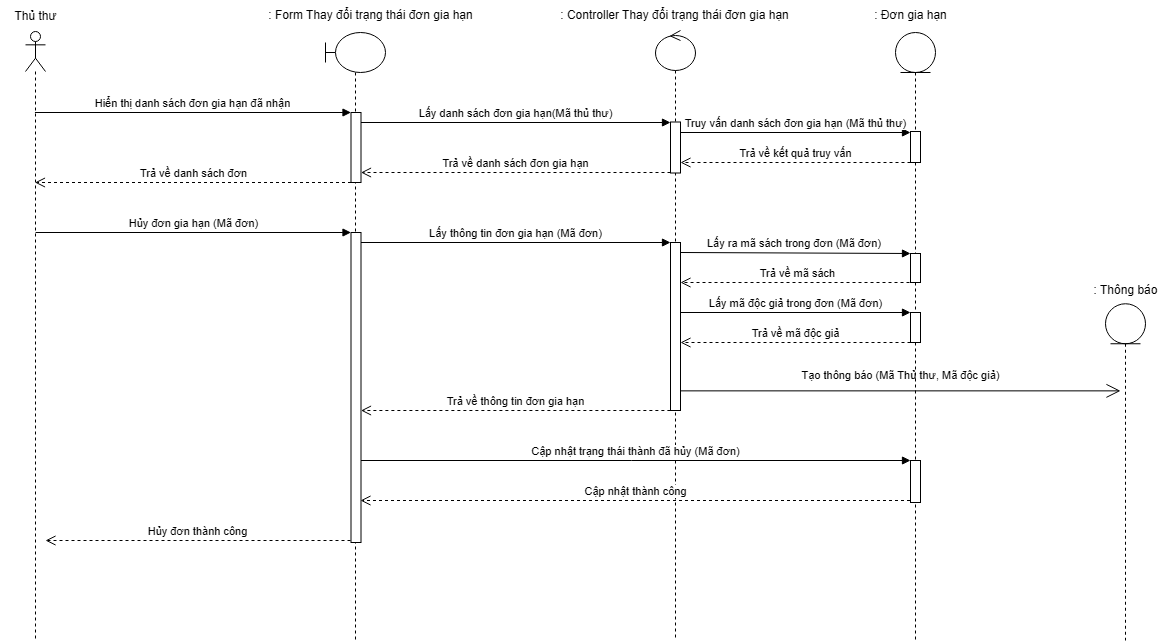
Earlier version of the draw.io export Sequence Diagram/UC Gia hạn sách/Actor thủ thư - Hủy đơn gia hạn.drawio.png (kimcuongdev/LibrarySystemAD). Source tidied: cells renumbered, new cells last; positions are measured from the earlier drawing's top-left corner, leaving out a move shared by most shapes. The source it was exported from:
```xml
<mxGraphModel>
  <root>
    <mxCell id="0" />
    <mxCell id="1" parent="0" />
    <mxCell id="2" style="shape=umlLifeline;perimeter=lifelinePerimeter;whiteSpace=wrap;html=1;outlineConnect=0;portConstraint=eastwest;newEdgeStyle={&quot;curved&quot;:0,&quot;rounded&quot;:0};participant=umlActor;" parent="1" vertex="1">
      <mxGeometry x="25" y="31" width="20" height="609" as="geometry" />
    </mxCell>
    <mxCell id="3" style="shape=umlLifeline;perimeter=lifelinePerimeter;whiteSpace=wrap;html=1;outlineConnect=0;portConstraint=eastwest;newEdgeStyle={&quot;curved&quot;:0,&quot;rounded&quot;:0};participant=umlBoundary;" parent="1" vertex="1">
      <mxGeometry x="325" y="32" width="60" height="608" as="geometry" />
    </mxCell>
    <mxCell id="4" style="html=1;perimeter=orthogonalPerimeter;targetShapes=umlLifeline;newEdgeStyle={&quot;curved&quot;:0,&quot;rounded&quot;:0};" parent="3" vertex="1">
      <mxGeometry x="25.5" y="80" width="10" height="70" as="geometry" />
    </mxCell>
    <mxCell id="5" value="Hiển thị danh sách đơn gia hạn đã nhận" style="html=1;verticalAlign=bottom;endArrow=block;curved=0;rounded=0;entryX=0;entryY=0;entryDx=0;entryDy=5;" parent="3" edge="1" source="2">
      <mxGeometry relative="1" as="geometry">
        <mxPoint x="25.5" y="80" as="targetPoint" />
      </mxGeometry>
    </mxCell>
    <mxCell id="6" value="Trả về danh sách đơn" style="html=1;verticalAlign=bottom;endArrow=open;dashed=1;endSize=8;curved=0;rounded=0;exitX=0;exitY=1;exitDx=0;exitDy=-5;" parent="3" edge="1" target="2">
      <mxGeometry relative="1" as="geometry">
        <mxPoint x="25.5" y="150" as="sourcePoint" />
      </mxGeometry>
    </mxCell>
    <mxCell id="7" value="Lấy danh sách đơn gia hạn(Mã thủ thư)" style="html=1;verticalAlign=bottom;endArrow=block;curved=0;rounded=0;" parent="3" edge="1" target="11">
      <mxGeometry relative="1" as="geometry">
        <mxPoint x="35.5" y="90" as="sourcePoint" />
      </mxGeometry>
    </mxCell>
    <mxCell id="8" value="Trả về danh sách đơn gia hạn" style="html=1;verticalAlign=bottom;endArrow=open;dashed=1;endSize=8;curved=0;rounded=0;" parent="3" edge="1" source="11">
      <mxGeometry relative="1" as="geometry">
        <mxPoint x="35.5" y="140" as="targetPoint" />
      </mxGeometry>
    </mxCell>
    <mxCell id="9" style="html=1;points=[[0,0,0,0,5],[0,1,0,0,-5],[1,0,0,0,5],[1,1,0,0,-5]];perimeter=orthogonalPerimeter;outlineConnect=0;targetShapes=umlLifeline;portConstraint=eastwest;newEdgeStyle={&quot;curved&quot;:0,&quot;rounded&quot;:0};" parent="3" vertex="1">
      <mxGeometry x="25.5" y="200" width="10" height="310" as="geometry" />
    </mxCell>
    <mxCell id="10" style="shape=umlLifeline;perimeter=lifelinePerimeter;whiteSpace=wrap;html=1;newEdgeStyle={&quot;curved&quot;:0,&quot;rounded&quot;:0};participant=umlControl;" parent="1" vertex="1">
      <mxGeometry x="655" y="30" width="40" height="610" as="geometry" />
    </mxCell>
    <mxCell id="11" style="html=1;points=[[0,0,0,0,5],[0,1,0,0,-5],[1,0,0,0,5],[1,1,0,0,-5]];perimeter=orthogonalPerimeter;outlineConnect=0;targetShapes=umlLifeline;portConstraint=eastwest;newEdgeStyle={&quot;curved&quot;:0,&quot;rounded&quot;:0};" parent="10" vertex="1">
      <mxGeometry x="15" y="91.5" width="10" height="51" as="geometry" />
    </mxCell>
    <mxCell id="12" style="html=1;points=[[0,0,0,0,5],[0,1,0,0,-5],[1,0,0,0,5],[1,1,0,0,-5]];perimeter=orthogonalPerimeter;outlineConnect=0;targetShapes=umlLifeline;portConstraint=eastwest;newEdgeStyle={&quot;curved&quot;:0,&quot;rounded&quot;:0};" parent="10" vertex="1">
      <mxGeometry x="15" y="212" width="10" height="168" as="geometry" />
    </mxCell>
    <mxCell id="13" style="shape=umlLifeline;perimeter=lifelinePerimeter;whiteSpace=wrap;html=1;newEdgeStyle={&quot;curved&quot;:0,&quot;rounded&quot;:0};participant=umlEntity;" parent="1" vertex="1">
      <mxGeometry x="895" y="32" width="40" height="608" as="geometry" />
    </mxCell>
    <mxCell id="14" style="html=1;perimeter=orthogonalPerimeter;targetShapes=umlLifeline;newEdgeStyle={&quot;curved&quot;:0,&quot;rounded&quot;:0};" parent="13" vertex="1">
      <mxGeometry x="15" y="99" width="10" height="31" as="geometry" />
    </mxCell>
    <mxCell id="15" style="html=1;perimeter=orthogonalPerimeter;targetShapes=umlLifeline;newEdgeStyle={&quot;curved&quot;:0,&quot;rounded&quot;:0};" parent="13" vertex="1">
      <mxGeometry x="15" y="280" width="10" height="30" as="geometry" />
    </mxCell>
    <mxCell id="16" value="Lấy mã độc giả trong đơn (Mã đơn)" style="html=1;verticalAlign=bottom;endArrow=block;curved=0;rounded=0;entryX=0;entryY=0;entryDx=0;entryDy=5;" parent="13" edge="1">
      <mxGeometry relative="1" as="geometry">
        <mxPoint x="-215" y="280" as="sourcePoint" />
        <mxPoint x="15" y="280" as="targetPoint" />
      </mxGeometry>
    </mxCell>
    <mxCell id="17" value="Trả về mã độc giả" style="html=1;verticalAlign=bottom;endArrow=open;dashed=1;endSize=8;curved=0;rounded=0;exitX=0;exitY=1;exitDx=0;exitDy=-5;" parent="13" edge="1">
      <mxGeometry relative="1" as="geometry">
        <mxPoint x="15" y="310" as="sourcePoint" />
        <mxPoint x="-215" y="310" as="targetPoint" />
      </mxGeometry>
    </mxCell>
    <mxCell id="18" style="html=1;perimeter=orthogonalPerimeter;targetShapes=umlLifeline;newEdgeStyle={&quot;curved&quot;:0,&quot;rounded&quot;:0};" parent="13" vertex="1">
      <mxGeometry x="15" y="428" width="10" height="42" as="geometry" />
    </mxCell>
    <mxCell id="19" value="Thủ thư" style="text;html=1;align=center;verticalAlign=middle;strokeColor=none;fillColor=none;" parent="1" vertex="1">
      <mxGeometry y="1" width="70" height="30" as="geometry" />
    </mxCell>
    <mxCell id="20" value=": Đơn gia hạn" style="text;html=1;align=center;verticalAlign=middle;strokeColor=none;fillColor=none;" parent="1" vertex="1">
      <mxGeometry x="860" width="100" height="30" as="geometry" />
    </mxCell>
    <mxCell id="21" value=": Controller Thay đổi trạng thái đơn gia hạn" style="text;html=1;align=center;verticalAlign=middle;strokeColor=none;fillColor=none;" parent="1" vertex="1">
      <mxGeometry x="549" width="250" height="30" as="geometry" />
    </mxCell>
    <mxCell id="22" value=": Form Thay đổi trạng thái đơn gia hạn" style="text;html=1;align=center;verticalAlign=middle;strokeColor=none;fillColor=none;" parent="1" vertex="1">
      <mxGeometry x="255" width="230" height="30" as="geometry" />
    </mxCell>
    <mxCell id="23" value="Hủy đơn gia hạn (Mã đơn)" style="html=1;verticalAlign=bottom;endArrow=block;curved=0;rounded=0;" parent="1" edge="1">
      <mxGeometry relative="1" as="geometry">
        <mxPoint x="35.1" y="232" as="sourcePoint" />
        <mxPoint x="350.5" y="232" as="targetPoint" />
      </mxGeometry>
    </mxCell>
    <mxCell id="24" value="Hủy đơn thành công" style="html=1;verticalAlign=bottom;endArrow=open;dashed=1;endSize=8;curved=0;rounded=0;" parent="1" edge="1">
      <mxGeometry relative="1" as="geometry">
        <mxPoint x="350" y="540" as="sourcePoint" />
        <mxPoint x="45" y="540" as="targetPoint" />
      </mxGeometry>
    </mxCell>
    <mxCell id="25" value="Lấy thông tin đơn gia hạn (Mã đơn)" style="html=1;verticalAlign=bottom;endArrow=block;curved=0;rounded=0;" parent="1" edge="1" source="9">
      <mxGeometry relative="1" as="geometry">
        <mxPoint x="670" y="242" as="targetPoint" />
      </mxGeometry>
    </mxCell>
    <mxCell id="26" style="group;" parent="1" vertex="1">
      <mxGeometry x="680" y="252" width="240" height="30" as="geometry" />
    </mxCell>
    <mxCell id="27" style="html=1;points=[[0,0,0,0,5],[0,1,0,0,-5],[1,0,0,0,5],[1,1,0,0,-5]];perimeter=orthogonalPerimeter;outlineConnect=0;targetShapes=umlLifeline;portConstraint=eastwest;newEdgeStyle={&quot;curved&quot;:0,&quot;rounded&quot;:0};" parent="26" vertex="1">
      <mxGeometry x="230" y="1" width="10" height="29" as="geometry" />
    </mxCell>
    <mxCell id="28" value="Lấy ra mã sách trong đơn (Mã đơn)&amp;nbsp;" style="html=1;verticalAlign=bottom;endArrow=block;curved=0;rounded=0;" parent="26" edge="1" target="27">
      <mxGeometry relative="1" as="geometry">
        <mxPoint as="sourcePoint" />
      </mxGeometry>
    </mxCell>
    <mxCell id="29" value="Trả về mã sách" style="html=1;verticalAlign=bottom;endArrow=open;dashed=1;endSize=8;curved=0;rounded=0;exitX=0;exitY=1;exitDx=0;exitDy=-5;" parent="26" edge="1">
      <mxGeometry relative="1" as="geometry">
        <mxPoint x="235" y="30" as="sourcePoint" />
        <mxPoint y="30" as="targetPoint" />
      </mxGeometry>
    </mxCell>
    <mxCell id="30" value="Trả về thông tin đơn gia hạn" style="html=1;verticalAlign=bottom;endArrow=open;dashed=1;endSize=8;curved=0;rounded=0;exitX=-0.011;exitY=1;exitDx=0;exitDy=0;exitPerimeter=0;" parent="1" edge="1" source="12" target="9">
      <mxGeometry relative="1" as="geometry" />
    </mxCell>
    <mxCell id="31" value="Truy vấn danh sách đơn gia hạn (Mã thủ thư)" style="html=1;verticalAlign=bottom;endArrow=block;curved=0;rounded=0;entryX=0;entryY=0;entryDx=0;entryDy=5;" parent="1" edge="1">
      <mxGeometry relative="1" as="geometry">
        <mxPoint x="680" y="132" as="sourcePoint" />
        <mxPoint x="910" y="132" as="targetPoint" />
      </mxGeometry>
    </mxCell>
    <mxCell id="32" value="Trả về kết quả truy vấn" style="html=1;verticalAlign=bottom;endArrow=open;dashed=1;endSize=8;curved=0;rounded=0;exitX=0;exitY=1;exitDx=0;exitDy=-5;" parent="1" edge="1">
      <mxGeometry relative="1" as="geometry">
        <mxPoint x="910" y="162" as="sourcePoint" />
        <mxPoint x="680" y="162" as="targetPoint" />
      </mxGeometry>
    </mxCell>
    <mxCell id="33" value="Cập nhật trạng thái thành đã hủy (Mã đơn)" style="html=1;verticalAlign=bottom;endArrow=block;curved=0;rounded=0;entryX=0;entryY=0;entryDx=0;entryDy=5;" parent="1" edge="1">
      <mxGeometry relative="1" as="geometry">
        <mxPoint x="360.5" y="460" as="sourcePoint" />
        <mxPoint x="910" y="460" as="targetPoint" />
      </mxGeometry>
    </mxCell>
    <mxCell id="34" value="Cập nhật thành công" style="html=1;verticalAlign=bottom;endArrow=open;dashed=1;endSize=8;curved=0;rounded=0;exitX=0;exitY=1;exitDx=0;exitDy=-5;" parent="1" edge="1">
      <mxGeometry relative="1" as="geometry">
        <mxPoint x="909.5" y="500" as="sourcePoint" />
        <mxPoint x="360" y="500" as="targetPoint" />
      </mxGeometry>
    </mxCell>
    <mxCell id="35" style="group;" parent="1" vertex="1">
      <mxGeometry x="1090" y="290" width="80" height="350" as="geometry" />
    </mxCell>
    <mxCell id="36" style="shape=umlLifeline;perimeter=lifelinePerimeter;whiteSpace=wrap;html=1;newEdgeStyle={&quot;curved&quot;:0,&quot;rounded&quot;:0};participant=umlEntity;" parent="35" vertex="1">
      <mxGeometry x="15" y="13.3" width="40" height="336.7" as="geometry" />
    </mxCell>
    <mxCell id="37" value=": Thông báo" style="text;html=1;align=center;verticalAlign=middle;strokeColor=none;fillColor=none;" parent="35" vertex="1">
      <mxGeometry x="-10" y="-15" width="90" height="30" as="geometry" />
    </mxCell>
    <mxCell id="38" style="group;" parent="1" vertex="1">
      <mxGeometry x="680" y="360" width="440" height="30.4" as="geometry" />
    </mxCell>
    <mxCell id="39" style="endArrow=open;endFill=1;endSize=12;html=1;rounded=0;" parent="38" edge="1">
      <mxGeometry relative="1" as="geometry">
        <mxPoint y="30.4" as="sourcePoint" />
        <mxPoint x="440" y="30.4" as="targetPoint" />
      </mxGeometry>
    </mxCell>
    <mxCell id="40" value="&lt;font style=&quot;font-size: 11px;&quot;&gt;Tạo thông báo (Mã Thủ thư, Mã độc giả)&lt;/font&gt;" style="text;html=1;align=center;verticalAlign=middle;strokeColor=none;fillColor=none;" parent="38" vertex="1">
      <mxGeometry x="110" width="220" height="30" as="geometry" />
    </mxCell>
  </root>
</mxGraphModel>
```
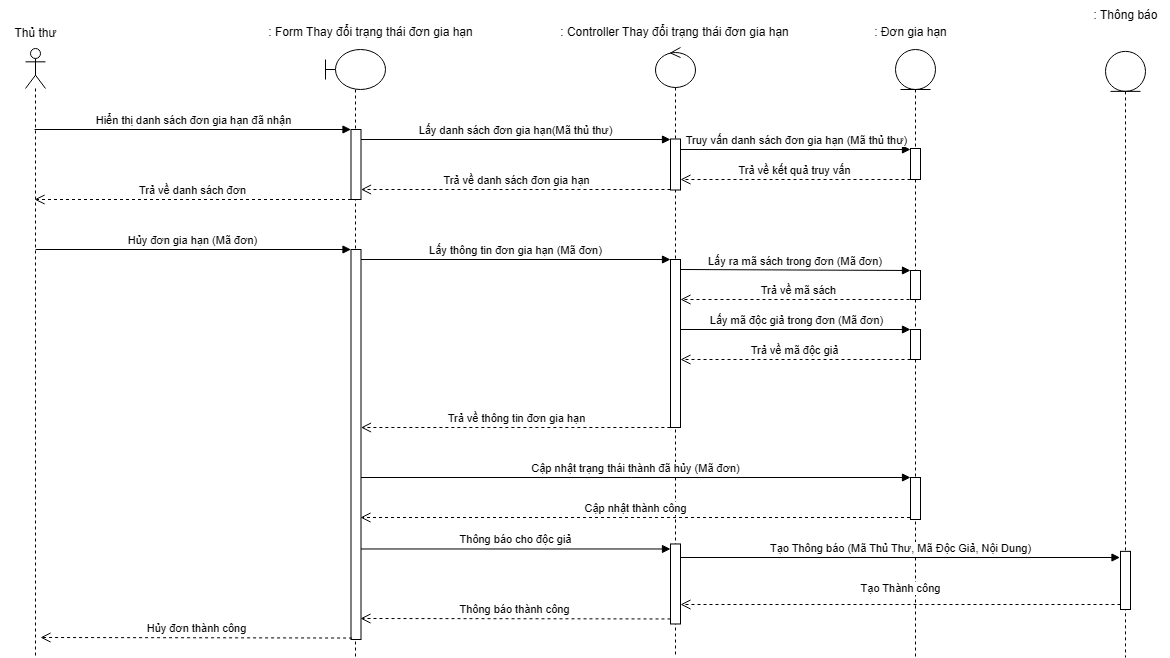
After the change.

Change to the diagram source:
```diff
@@ -32,7 +32,7 @@
       </mxGeometry>
     </mxCell>
     <mxCell id="9" style="html=1;points=[[0,0,0,0,5],[0,1,0,0,-5],[1,0,0,0,5],[1,1,0,0,-5]];perimeter=orthogonalPerimeter;outlineConnect=0;targetShapes=umlLifeline;portConstraint=eastwest;newEdgeStyle={&quot;curved&quot;:0,&quot;rounded&quot;:0};" parent="3" vertex="1">
-      <mxGeometry x="25.5" y="200" width="10" height="310" as="geometry" />
+      <mxGeometry x="25.5" y="200" width="10" height="390" as="geometry" />
     </mxCell>
     <mxCell id="10" style="shape=umlLifeline;perimeter=lifelinePerimeter;whiteSpace=wrap;html=1;newEdgeStyle={&quot;curved&quot;:0,&quot;rounded&quot;:0};participant=umlControl;" parent="1" vertex="1">
       <mxGeometry x="655" y="30" width="40" height="610" as="geometry" />
@@ -43,6 +43,12 @@
     <mxCell id="12" style="html=1;points=[[0,0,0,0,5],[0,1,0,0,-5],[1,0,0,0,5],[1,1,0,0,-5]];perimeter=orthogonalPerimeter;outlineConnect=0;targetShapes=umlLifeline;portConstraint=eastwest;newEdgeStyle={&quot;curved&quot;:0,&quot;rounded&quot;:0};" parent="10" vertex="1">
       <mxGeometry x="15" y="212" width="10" height="168" as="geometry" />
     </mxCell>
+    <mxCell id="41" style="html=1;points=[[0,0,0,0,5],[0,1,0,0,-5],[1,0,0,0,5],[1,1,0,0,-5]];perimeter=orthogonalPerimeter;outlineConnect=0;targetShapes=umlLifeline;portConstraint=eastwest;newEdgeStyle={&quot;curved&quot;:0,&quot;rounded&quot;:0};" parent="10" vertex="1">
+      <mxGeometry x="15" y="500" width="10" height="72.9" as="geometry" />
+    </mxCell>
+    <mxCell id="42" style="html=1;points=[[0,0,0,0,5],[0,1,0,0,-5],[1,0,0,0,5],[1,1,0,0,-5]];perimeter=orthogonalPerimeter;outlineConnect=0;targetShapes=umlLifeline;portConstraint=eastwest;newEdgeStyle={&quot;curved&quot;:0,&quot;rounded&quot;:0};" parent="10" vertex="1">
+      <mxGeometry x="15" y="496.5" width="10" height="80" as="geometry" />
+    </mxCell>
     <mxCell id="13" style="shape=umlLifeline;perimeter=lifelinePerimeter;whiteSpace=wrap;html=1;newEdgeStyle={&quot;curved&quot;:0,&quot;rounded&quot;:0};participant=umlEntity;" parent="1" vertex="1">
       <mxGeometry x="895" y="32" width="40" height="608" as="geometry" />
     </mxCell>
@@ -85,10 +91,9 @@
         <mxPoint x="350.5" y="232" as="targetPoint" />
       </mxGeometry>
     </mxCell>
-    <mxCell id="24" value="Hủy đơn thành công" style="html=1;verticalAlign=bottom;endArrow=open;dashed=1;endSize=8;curved=0;rounded=0;" parent="1" edge="1">
+    <mxCell id="24" value="Hủy đơn thành công" style="html=1;verticalAlign=bottom;endArrow=open;dashed=1;endSize=8;curved=0;rounded=0;exitX=0.443;exitY=0.968;exitDx=0;exitDy=0;exitPerimeter=0;" parent="1" edge="1" source="3">
       <mxGeometry relative="1" as="geometry">
-        <mxPoint x="350" y="540" as="sourcePoint" />
-        <mxPoint x="45" y="540" as="targetPoint" />
+        <mxPoint x="40" y="620" as="targetPoint" />
       </mxGeometry>
     </mxCell>
     <mxCell id="25" value="Lấy thông tin đơn gia hạn (Mã đơn)" style="html=1;verticalAlign=bottom;endArrow=block;curved=0;rounded=0;" parent="1" edge="1" source="9">
@@ -141,25 +146,32 @@
       </mxGeometry>
     </mxCell>
     <mxCell id="35" style="group;" parent="1" vertex="1">
-      <mxGeometry x="1090" y="290" width="80" height="350" as="geometry" />
+      <mxGeometry x="1090" y="10" width="80" height="630" as="geometry" />
     </mxCell>
     <mxCell id="36" style="shape=umlLifeline;perimeter=lifelinePerimeter;whiteSpace=wrap;html=1;newEdgeStyle={&quot;curved&quot;:0,&quot;rounded&quot;:0};participant=umlEntity;" parent="35" vertex="1">
-      <mxGeometry x="15" y="13.3" width="40" height="336.7" as="geometry" />
+      <mxGeometry x="15" y="23.9" width="40" height="606.1" as="geometry" />
     </mxCell>
+    <mxCell id="43" style="html=1;points=[[0,0,0,0,5],[0,1,0,0,-5],[1,0,0,0,5],[1,1,0,0,-5]];perimeter=orthogonalPerimeter;outlineConnect=0;targetShapes=umlLifeline;portConstraint=eastwest;newEdgeStyle={&quot;curved&quot;:0,&quot;rounded&quot;:0};" parent="36" vertex="1">
+      <mxGeometry x="15" y="500" width="10" height="58.1" as="geometry" />
+    </mxCell>
     <mxCell id="37" value=": Thông báo" style="text;html=1;align=center;verticalAlign=middle;strokeColor=none;fillColor=none;" parent="35" vertex="1">
-      <mxGeometry x="-10" y="-15" width="90" height="30" as="geometry" />
+      <mxGeometry x="-10" y="-27" width="90" height="30" as="geometry" />
     </mxCell>
-    <mxCell id="38" style="group;" parent="1" vertex="1">
-      <mxGeometry x="680" y="360" width="440" height="30.4" as="geometry" />
-    </mxCell>
-    <mxCell id="39" style="endArrow=open;endFill=1;endSize=12;html=1;rounded=0;" parent="38" edge="1">
-      <mxGeometry relative="1" as="geometry">
-        <mxPoint y="30.4" as="sourcePoint" />
-        <mxPoint x="440" y="30.4" as="targetPoint" />
-      </mxGeometry>
-    </mxCell>
-    <mxCell id="40" value="&lt;font style=&quot;font-size: 11px;&quot;&gt;Tạo thông báo (Mã Thủ thư, Mã độc giả)&lt;/font&gt;" style="text;html=1;align=center;verticalAlign=middle;strokeColor=none;fillColor=none;" parent="38" vertex="1">
-      <mxGeometry x="110" width="220" height="30" as="geometry" />
-    </mxCell>
+    <mxCell id="44" value="Tạo Thông báo (Mã Thủ Thư, Mã Độc Giả, Nội Dung)" style="html=1;verticalAlign=bottom;endArrow=block;curved=0;rounded=0;entryX=0;entryY=0;entryDx=0;entryDy=5;" parent="1" edge="1" source="41">
+      <mxGeometry relative="1" as="geometry">
+        <mxPoint x="1119.5" y="540" as="targetPoint" />
+      </mxGeometry>
+    </mxCell>
+    <mxCell id="45" value="Tạo Thành công" style="html=1;verticalAlign=bottom;endArrow=open;dashed=1;endSize=8;curved=0;rounded=0;exitX=0;exitY=1;exitDx=0;exitDy=-5;" parent="1" edge="1" source="43" target="41">
+      <mxGeometry y="-7" relative="1" as="geometry" />
+    </mxCell>
+    <mxCell id="46" value="Thông báo thành công" style="html=1;verticalAlign=bottom;endArrow=open;dashed=1;endSize=8;curved=0;rounded=0;exitX=0;exitY=1;exitDx=0;exitDy=-5;" parent="1" edge="1" source="42">
+      <mxGeometry relative="1" as="geometry">
+        <mxPoint x="360" y="601" as="targetPoint" />
+      </mxGeometry>
+    </mxCell>
+    <mxCell id="47" value="Thông báo cho độc giả" style="html=1;verticalAlign=bottom;endArrow=block;curved=0;rounded=0;entryX=0;entryY=0;entryDx=0;entryDy=5;" parent="1" edge="1" source="9" target="42">
+      <mxGeometry relative="1" as="geometry" />
+    </mxCell>
   </root>
 </mxGraphModel>
```
